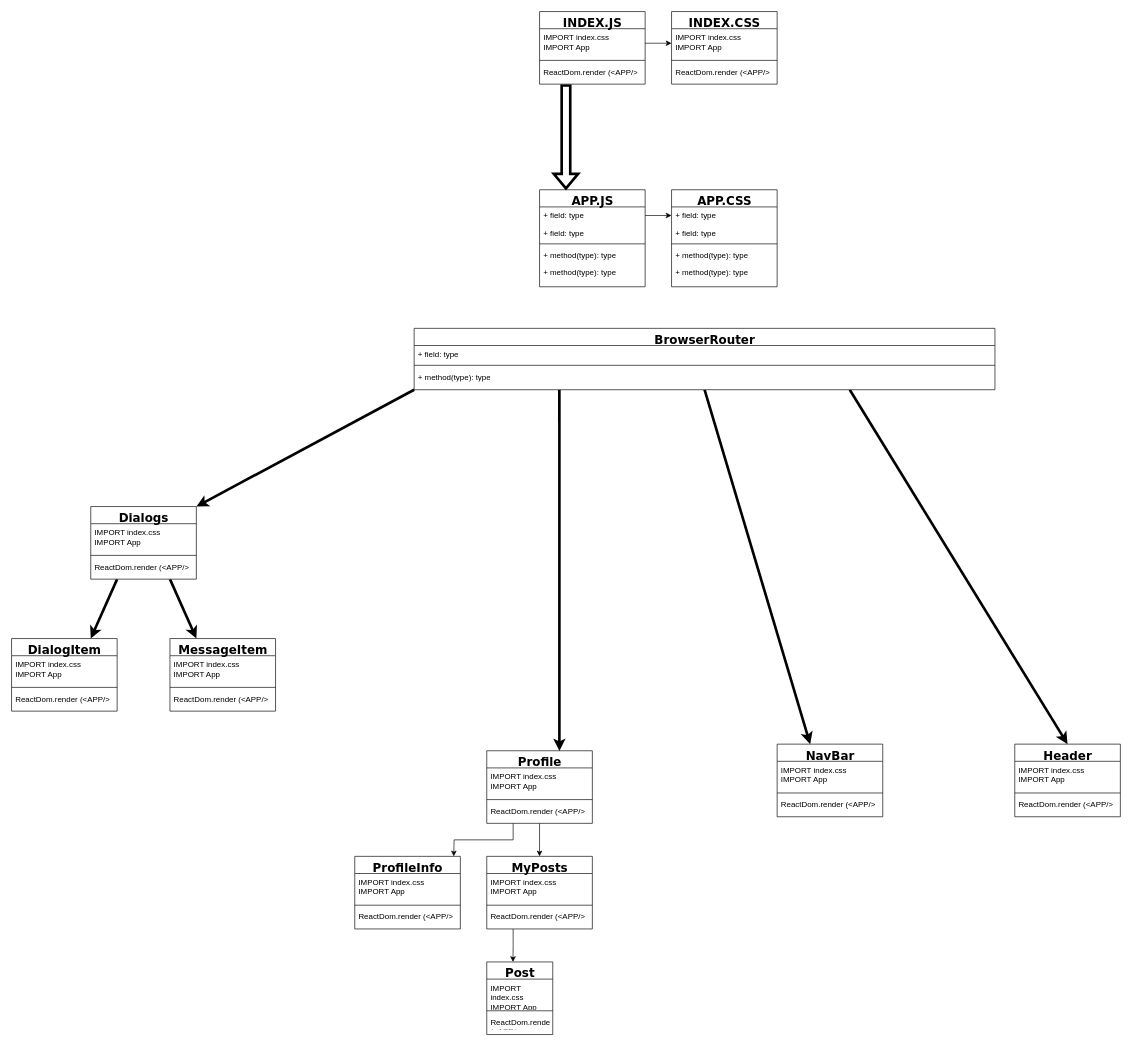
The draw.io diagram Social network.drawio in 89224747505/diagrams, before the edit. Source tidied: cells renumbered, new cells numbered last; positions are measured from the earlier drawing's top-left corner, leaving out a move shared by most shapes. Both pictures are drawn from the tidied source at 66%, with x=0, y=0 at pixel (11, 11).
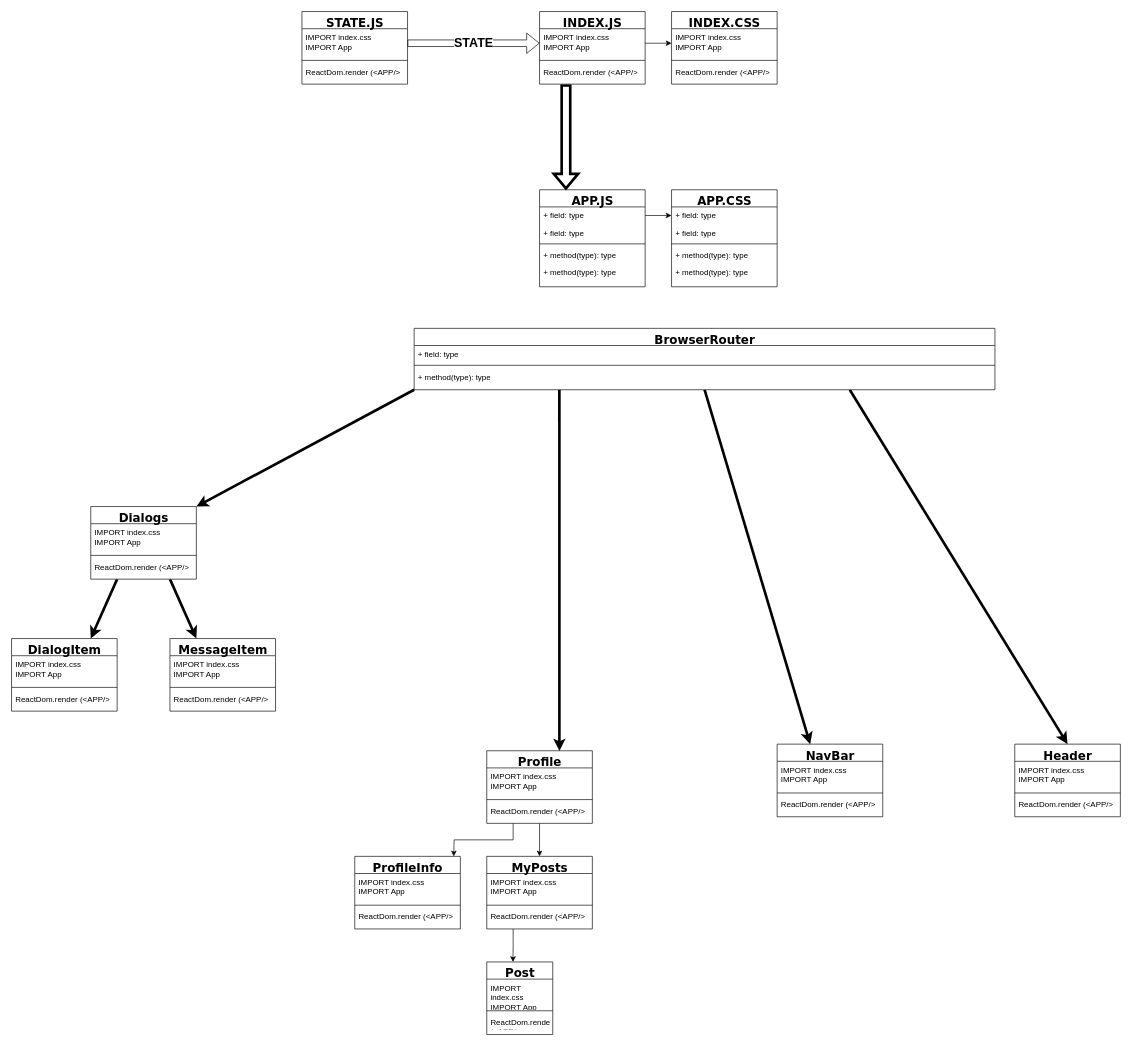
The same diagram, later.

The change refers to these unchanged cells:
```xml
<mxCell id="10" value="IMPORT index.css&lt;br&gt;IMPORT App" style="text;html=1;strokeColor=none;fillColor=none;align=left;verticalAlign=top;spacingLeft=4;spacingRight=4;whiteSpace=wrap;overflow=hidden;points=[[0,0.5],[1,0.5]];portConstraint=eastwest;" parent="9" vertex="1">
  <mxGeometry y="26" width="160" height="44" as="geometry" />
</mxCell>
```

What changed in the source:
```diff
@@
+    <mxCell id="75" value="&lt;font style=&quot;font-size: 18px&quot;&gt;STATE.JS&lt;/font&gt;" style="swimlane;html=1;fontStyle=1;align=center;verticalAlign=top;horizontal=1;startSize=26;swimlaneFillColor=#ffffff;rounded=0;shadow=0;comic=0;labelBackgroundColor=none;strokeWidth=1;fillColor=none;fontFamily=Verdana;fontSize=12;" parent="1" vertex="1">
+      <mxGeometry x="440" width="160" height="110" as="geometry" />
+    </mxCell>
+    <mxCell id="76" value="IMPORT index.css&lt;br&gt;IMPORT App" style="text;html=1;strokeColor=none;fillColor=none;align=left;verticalAlign=top;spacingLeft=4;spacingRight=4;whiteSpace=wrap;overflow=hidden;points=[[0,0.5],[1,0.5]];portConstraint=eastwest;" parent="75" vertex="1">
+      <mxGeometry y="26" width="160" height="44" as="geometry" />
+    </mxCell>
+    <mxCell id="77" style="line;html=1;strokeWidth=1;fillColor=none;align=left;verticalAlign=middle;spacingTop=-1;spacingLeft=3;spacingRight=3;labelPosition=right;" parent="75" vertex="1">
+      <mxGeometry y="70" width="160" height="8" as="geometry" />
+    </mxCell>
+    <mxCell id="78" value="ReactDom.render (&amp;lt;APP/&amp;gt;" style="text;html=1;strokeColor=none;fillColor=none;align=left;verticalAlign=top;spacingLeft=4;spacingRight=4;whiteSpace=wrap;overflow=hidden;" parent="75" vertex="1">
+      <mxGeometry y="78" width="160" height="22" as="geometry" />
+    </mxCell>
+    <mxCell id="79" value="&lt;font style=&quot;font-size: 19px&quot;&gt;&lt;b&gt;STATE&lt;/b&gt;&lt;/font&gt;" style="edgeStyle=orthogonalEdgeStyle;rounded=0;jettySize=auto;html=1;exitX=1;exitY=0.5;exitDx=0;exitDy=0;entryX=0;entryY=0.5;entryDx=0;entryDy=0;shape=flexArrow;" parent="1" edge="1" source="76" target="10">
+      <mxGeometry relative="1" as="geometry" />
+    </mxCell>
```
